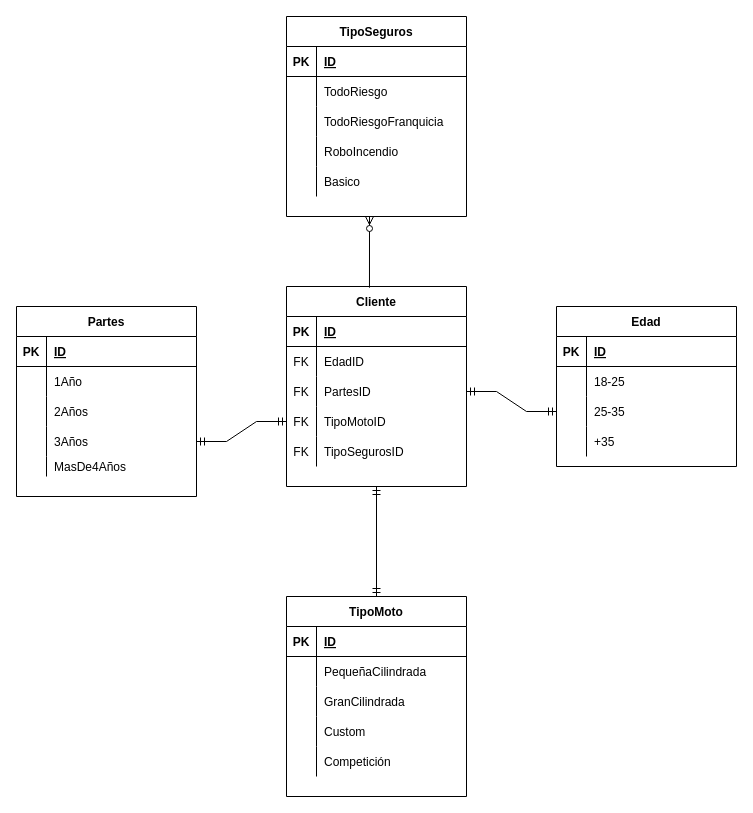
Above: EjercicioSeguros.drawio in dawnrock/diagrams (draw.io), before the change. Source tidied: cells renumbered, new cells numbered last; positions are measured from the earlier drawing's top-left corner, leaving out a move shared by most shapes. Both pictures are drawn from the tidied source at 100%, with x=0, y=0 at pixel (16, 16).
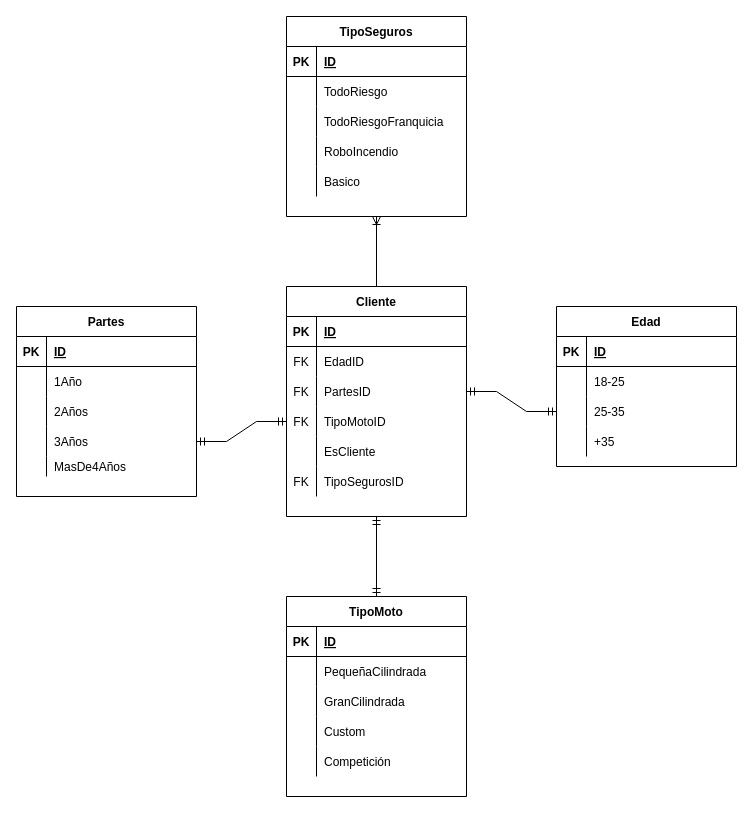
The same diagram, later.

Unchanged cells that the change refers to:
```xml
<mxCell id="35" value="TipoSeguros" style="shape=table;startSize=30;childLayout=tableLayout;rowLines=0;fontStyle=1;align=center;" parent="1" vertex="1">
  <mxGeometry x="270" width="180" height="200" as="geometry" />
</mxCell>
```

The edit, as a diff of the source:
```diff
@@
     <mxCell id="2" value="Cliente" style="shape=table;startSize=30;childLayout=tableLayout;rowLines=0;fontStyle=1;align=center;" parent="1" vertex="1">
-      <mxGeometry x="270" y="270" width="180" height="200" as="geometry" />
+      <mxGeometry x="270" y="270" width="180" height="230" as="geometry" />
     </mxCell>
@@
+    <mxCell id="83" style="shape=partialRectangle;fillColor=none;top=0;left=0;bottom=0;right=0;" parent="2" vertex="1">
+      <mxGeometry y="150" width="180" height="30" as="geometry" />
+    </mxCell>
+    <mxCell id="84" style="shape=partialRectangle;fillColor=none;top=0;left=0;bottom=0;right=0;overflow=hidden;" parent="83" vertex="1">
+      <mxGeometry width="30" height="30" as="geometry" />
+    </mxCell>
+    <mxCell id="85" value="EsCliente" style="shape=partialRectangle;fillColor=none;top=0;left=0;bottom=0;right=0;align=left;spacingLeft=6;overflow=hidden;" parent="83" vertex="1">
+      <mxGeometry x="30" width="150" height="30" as="geometry" />
+    </mxCell>
     <mxCell id="15" style="shape=partialRectangle;fillColor=none;top=0;left=0;bottom=0;right=0;" parent="2" vertex="1">
-      <mxGeometry y="150" width="180" height="30" as="geometry" />
+      <mxGeometry y="180" width="180" height="30" as="geometry" />
     </mxCell>
@@
-    <mxCell id="82" style="fontSize=12;html=1;endArrow=ERzeroToMany;endFill=1;rounded=0;exitX=0.461;exitY=0.006;exitDx=0;exitDy=0;exitPerimeter=0;" parent="1" edge="1" source="2">
-      <mxGeometry relative="1" as="geometry">
-        <mxPoint x="353" y="200" as="targetPoint" />
-      </mxGeometry>
-    </mxCell>
+    <mxCell id="86" style="fontSize=12;html=1;endArrow=ERoneToMany;rounded=0;entryX=0.5;entryY=1;entryDx=0;entryDy=0;exitX=0.5;exitY=0;exitDx=0;exitDy=0;" parent="1" edge="1" source="2" target="35">
+      <mxGeometry relative="1" as="geometry" />
+    </mxCell>
```
